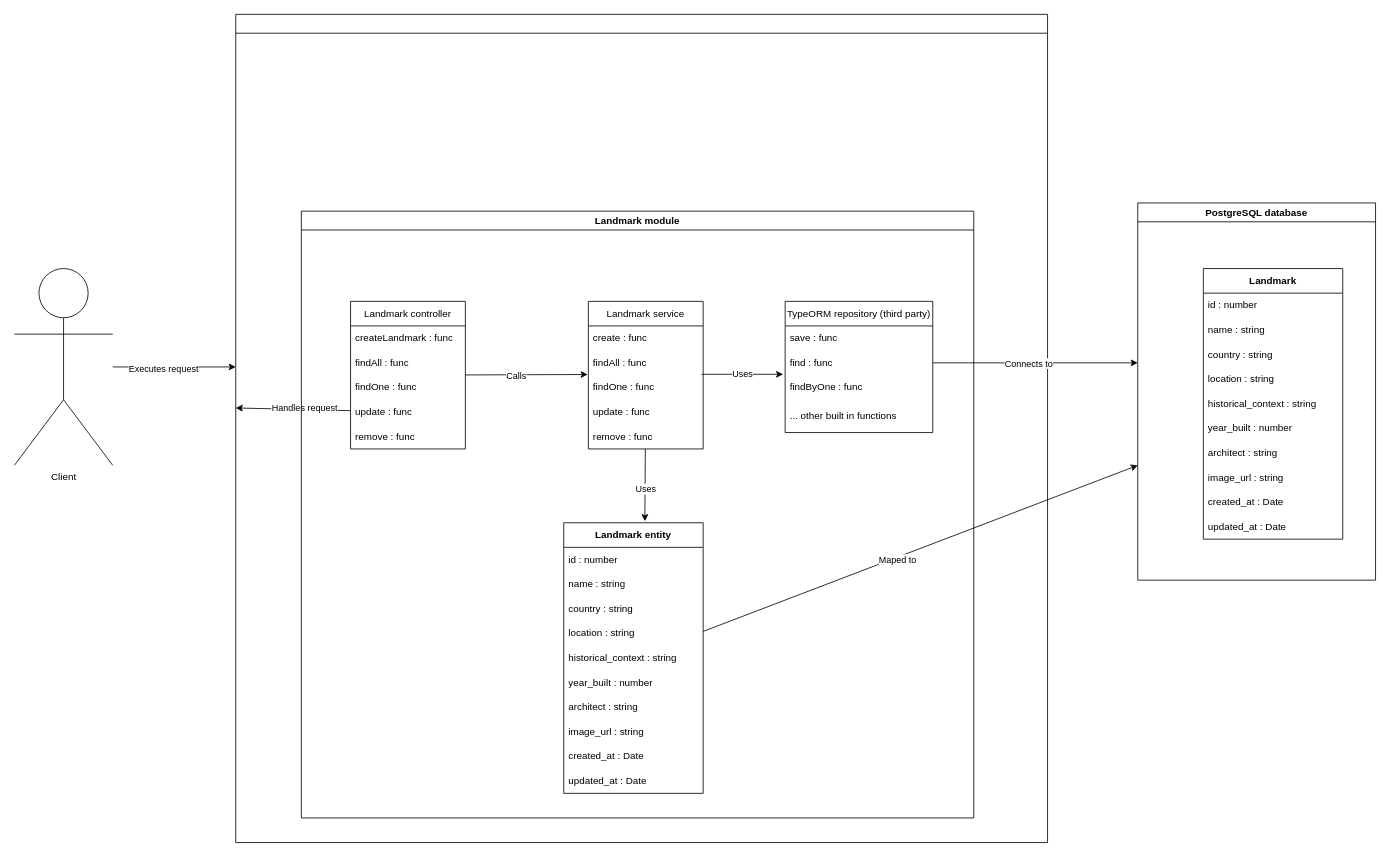
Earlier version of the draw.io diagram landmarks-api/project-flow.drawio (RachidBR/-bungsprojekt). Source tidied: cells renumbered, new cells numbered last; positions are measured from the earlier drawing's top-left corner, leaving out a move shared by most shapes. Both pictures are drawn from the tidied source at 82%, with x=0, y=0 at pixel (14, 14).
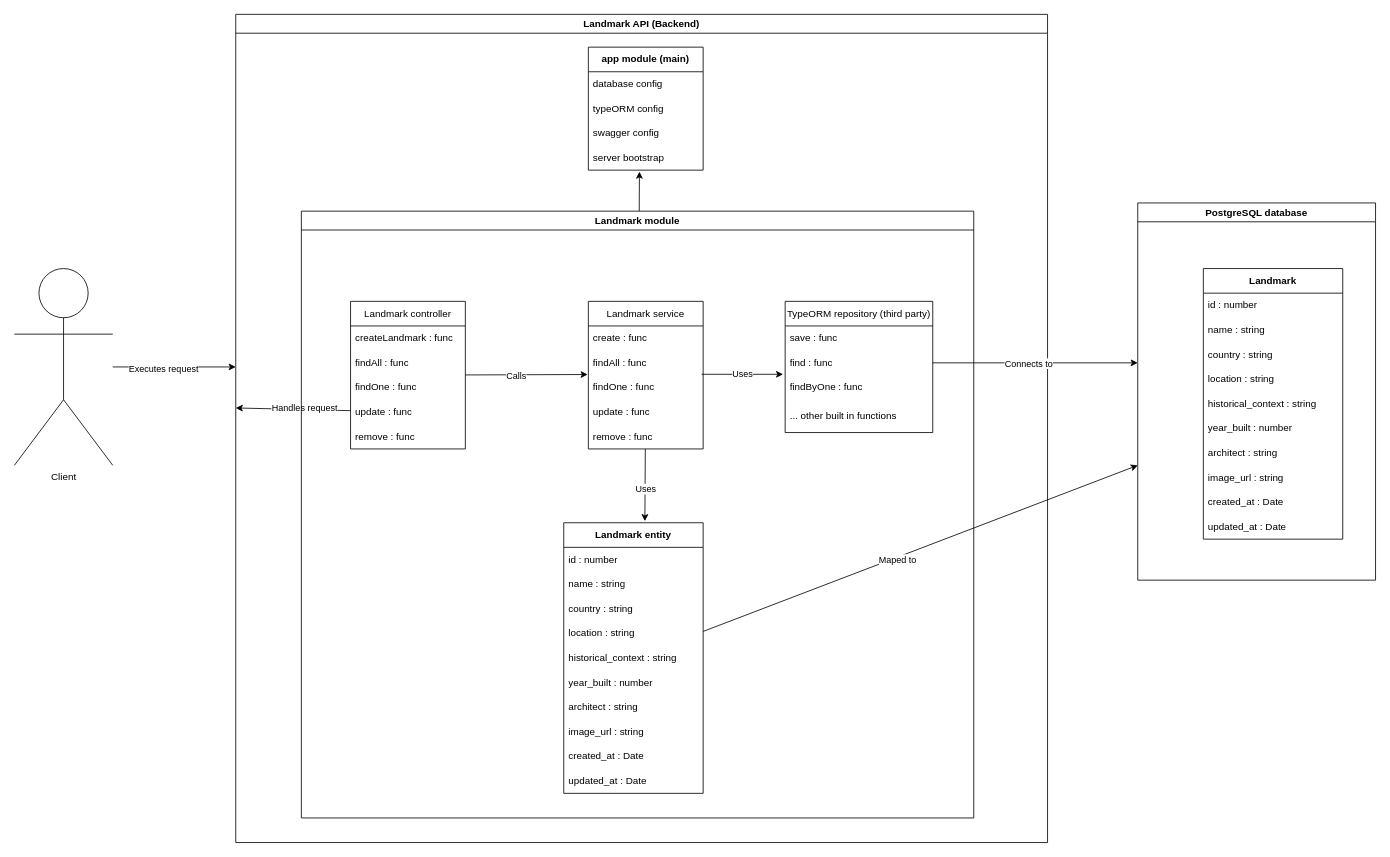
Above is the later version.

Commit message:
updated porject-flow drawio file

Unchanged cells that the change refers to:
```xml
<mxCell id="37" value="Landmark module" style="swimlane;whiteSpace=wrap;html=1;" parent="23" vertex="1">
  <mxGeometry x="80" y="240" width="820" height="740" as="geometry" />
</mxCell>
```

Diff of the diagram source:
```diff
@@
-    <mxCell id="23" value="&amp;nbsp;" style="swimlane;whiteSpace=wrap;html=1;" parent="1" vertex="1">
+    <mxCell id="23" value="Landmark API (Backend)" style="swimlane;whiteSpace=wrap;html=1;" parent="1" vertex="1">
       <mxGeometry x="270" width="990" height="1010" as="geometry" />
     </mxCell>
@@
+    <mxCell id="57" style="edgeStyle=none;html=1;entryX=0.445;entryY=1.061;entryDx=0;entryDy=0;entryPerimeter=0;" parent="23" edge="1" source="37" target="62">
+      <mxGeometry relative="1" as="geometry" />
+    </mxCell>
@@
+    <mxCell id="58" value="&lt;span style=&quot;font-weight: 700;&quot;&gt;app module (main)&lt;/span&gt;" style="swimlane;fontStyle=0;horizontal=1;startSize=30;whiteSpace=wrap;html=1;" parent="23" vertex="1">
+      <mxGeometry x="430" y="40" width="140" height="150" as="geometry" />
+    </mxCell>
+    <mxCell id="59" value="database config" style="text;strokeColor=none;fillColor=none;align=left;verticalAlign=middle;spacingLeft=4;spacingRight=4;overflow=hidden;whiteSpace=wrap;html=1;" parent="58" vertex="1">
+      <mxGeometry y="30" width="140" height="30" as="geometry" />
+    </mxCell>
+    <mxCell id="60" value="typeORM config" style="text;strokeColor=none;fillColor=none;align=left;verticalAlign=middle;spacingLeft=4;spacingRight=4;overflow=hidden;whiteSpace=wrap;html=1;" parent="58" vertex="1">
+      <mxGeometry y="60" width="140" height="30" as="geometry" />
+    </mxCell>
+    <mxCell id="61" value="swagger config" style="text;strokeColor=none;fillColor=none;align=left;verticalAlign=middle;spacingLeft=4;spacingRight=4;overflow=hidden;whiteSpace=wrap;html=1;" parent="58" vertex="1">
+      <mxGeometry y="90" width="140" height="30" as="geometry" />
+    </mxCell>
+    <mxCell id="62" value="server bootstrap" style="text;strokeColor=none;fillColor=none;align=left;verticalAlign=middle;spacingLeft=4;spacingRight=4;overflow=hidden;points=[[0,0.5],[1,0.5]];portConstraint=eastwest;whiteSpace=wrap;html=1;" parent="58" vertex="1">
+      <mxGeometry y="120" width="140" height="30" as="geometry" />
+    </mxCell>
```
